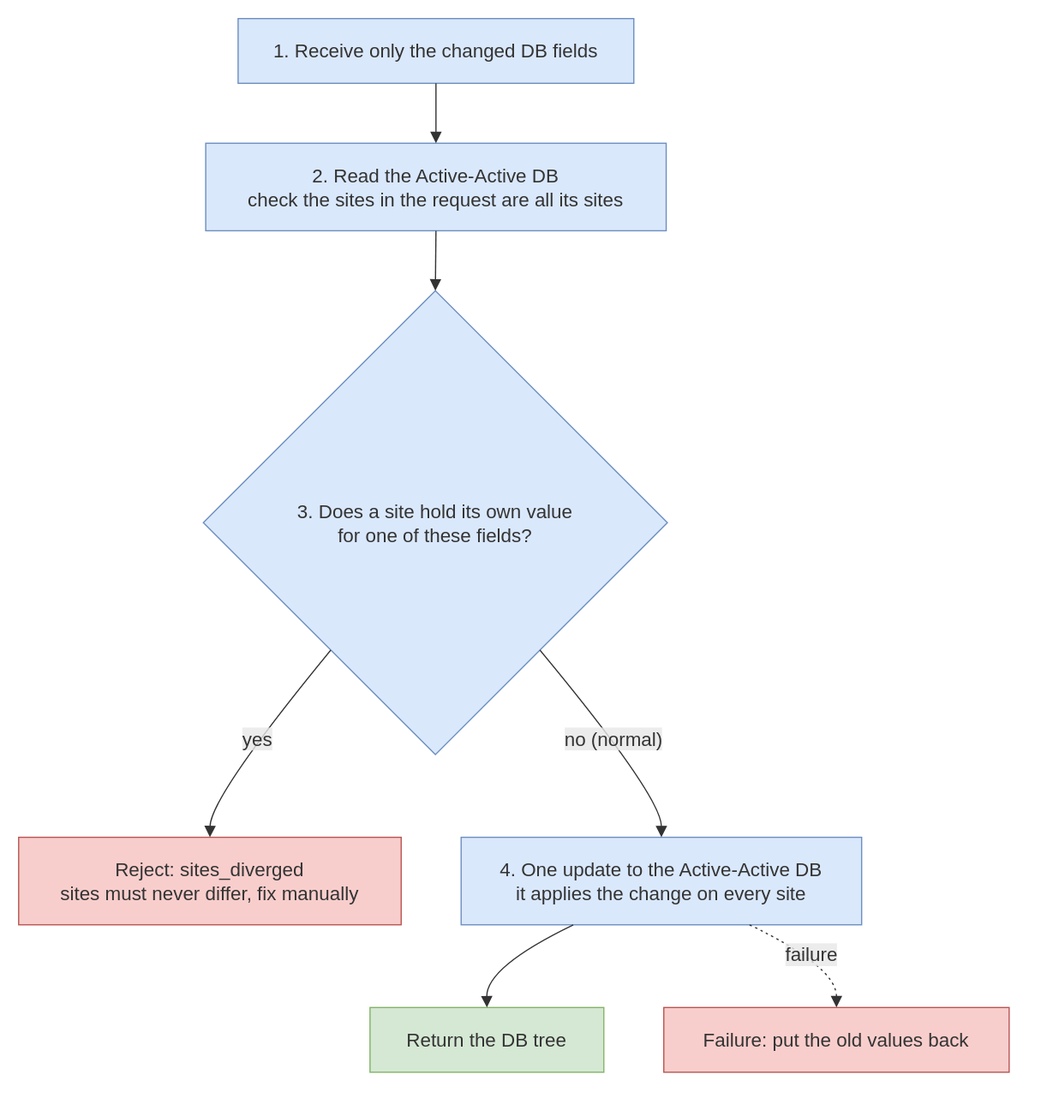
Above: docs/dr/diagrams/23-simple-edit-aa.drawio.svg in EliShteinman/redis-enterprise-services (draw.io), before the change. Source tidied: cells renumbered, new cells last; positions are measured from the earlier drawing's top-left corner, leaving out a move shared by most shapes. The source it was exported from:
```xml
<mxGraphModel>
  <root>
    <mxCell id="0" />
    <mxCell id="1" parent="0" />
    <mxCell id="2" value="1. Receive only the changed DB fields" style="html=1;whiteSpace=wrap;strokeWidth=1;fillColor=#dae8fc;strokeColor=#6c8ebf;fontColor=light-dark(#333333,#cccccc);fontFamily=Trebuchet MS,Verdana,Arial,sans-serif;fontSize=16;" parent="1" vertex="1">
      <mxGeometry x="183" width="330" height="54" as="geometry" />
    </mxCell>
    <mxCell id="3" value="2. Read the Active-Active DB&#10;check the sites in the request are all its sites" style="html=1;whiteSpace=wrap;strokeWidth=1;fillColor=#dae8fc;strokeColor=#6c8ebf;fontColor=light-dark(#333333,#cccccc);fontFamily=Trebuchet MS,Verdana,Arial,sans-serif;fontSize=16;" parent="1" vertex="1">
      <mxGeometry x="156" y="104" width="384" height="73" as="geometry" />
    </mxCell>
    <mxCell id="4" value="3. Does a site hold its own value&#10;for one of these fields?" style="rhombus;html=1;strokeWidth=1;whiteSpace=wrap;fillColor=#dae8fc;strokeColor=#6c8ebf;fontColor=light-dark(#333333,#cccccc);fontFamily=Trebuchet MS,Verdana,Arial,sans-serif;fontSize=16;" parent="1" vertex="1">
      <mxGeometry x="154" y="227" width="387" height="387" as="geometry" />
    </mxCell>
    <mxCell id="5" value="Reject: sites_diverged&#10;sites must never differ, fix manually" style="html=1;whiteSpace=wrap;strokeWidth=1;fillColor=#f8cecc;strokeColor=#b85450;fontColor=light-dark(#333333,#cccccc);fontFamily=Trebuchet MS,Verdana,Arial,sans-serif;fontSize=16;" parent="1" vertex="1">
      <mxGeometry y="683" width="319" height="73" as="geometry" />
    </mxCell>
    <mxCell id="6" value="4. One update to the Active-Active DB&#10;it applies the change on every site" style="html=1;whiteSpace=wrap;strokeWidth=1;fillColor=#dae8fc;strokeColor=#6c8ebf;fontColor=light-dark(#333333,#cccccc);fontFamily=Trebuchet MS,Verdana,Arial,sans-serif;fontSize=16;" parent="1" vertex="1">
      <mxGeometry x="369" y="683" width="334" height="73" as="geometry" />
    </mxCell>
    <mxCell id="7" value="Return the DB tree" style="html=1;whiteSpace=wrap;strokeWidth=1;fillColor=#d5e8d4;strokeColor=#82b366;fontColor=light-dark(#333333,#cccccc);fontFamily=Trebuchet MS,Verdana,Arial,sans-serif;fontSize=16;" parent="1" vertex="1">
      <mxGeometry x="293" y="825" width="195" height="54" as="geometry" />
    </mxCell>
    <mxCell id="8" value="Failure: put the old values back" style="html=1;whiteSpace=wrap;strokeWidth=1;fillColor=#f8cecc;strokeColor=#b85450;fontColor=light-dark(#333333,#cccccc);fontFamily=Trebuchet MS,Verdana,Arial,sans-serif;fontSize=16;" parent="1" vertex="1">
      <mxGeometry x="538" y="825" width="288" height="54" as="geometry" />
    </mxCell>
    <mxCell id="9" style="curved=1;startArrow=none;endArrow=block;endSize=7;strokeColor=light-dark(#333333,#cccccc);exitX=0.5;exitY=1;entryX=0.5;entryY=0;" parent="1" edge="1" source="2" target="3">
      <mxGeometry relative="1" as="geometry" />
    </mxCell>
    <mxCell id="10" style="curved=1;startArrow=none;endArrow=block;endSize=7;strokeColor=light-dark(#333333,#cccccc);exitX=0.5;exitY=1;entryX=0.5;entryY=0;" parent="1" edge="1" source="3" target="4">
      <mxGeometry relative="1" as="geometry" />
    </mxCell>
    <mxCell id="11" value="yes" style="curved=1;startArrow=none;endArrow=block;endSize=7;strokeColor=light-dark(#333333,#cccccc);html=1;fontSize=16;labelBackgroundColor=light-dark(#E8E8E88D,#2a2a2a8D);fontFamily=Trebuchet MS,Verdana,Arial,sans-serif;fontColor=light-dark(#333333,#cccccc);exitX=0.09;exitY=1;entryX=0.5;entryY=0;" parent="1" edge="1" source="4" target="5">
      <mxGeometry relative="1" as="geometry">
        <Array as="points">
          <mxPoint x="160" y="649" />
        </Array>
      </mxGeometry>
    </mxCell>
    <mxCell id="12" value="no (normal)" style="curved=1;startArrow=none;endArrow=block;endSize=7;strokeColor=light-dark(#333333,#cccccc);html=1;fontSize=16;labelBackgroundColor=light-dark(#E8E8E88D,#2a2a2a8D);fontFamily=Trebuchet MS,Verdana,Arial,sans-serif;fontColor=light-dark(#333333,#cccccc);exitX=0.91;exitY=1;entryX=0.5;entryY=0;" parent="1" edge="1" source="4" target="6">
      <mxGeometry relative="1" as="geometry">
        <Array as="points">
          <mxPoint x="536" y="649" />
        </Array>
      </mxGeometry>
    </mxCell>
    <mxCell id="13" style="curved=1;startArrow=none;endArrow=block;endSize=7;strokeColor=light-dark(#333333,#cccccc);exitX=0.28;exitY=1;entryX=0.5;entryY=0;" parent="1" edge="1" source="6" target="7">
      <mxGeometry relative="1" as="geometry">
        <Array as="points">
          <mxPoint x="390" y="791" />
        </Array>
      </mxGeometry>
    </mxCell>
    <mxCell id="14" value="failure" style="curved=1;dashed=1;dashPattern=2 3;fixDash=1;startArrow=none;endArrow=block;endSize=7;strokeColor=light-dark(#333333,#cccccc);html=1;fontSize=16;labelBackgroundColor=light-dark(#E8E8E88D,#2a2a2a8D);fontFamily=Trebuchet MS,Verdana,Arial,sans-serif;fontColor=light-dark(#333333,#cccccc);exitX=0.72;exitY=1;entryX=0.5;entryY=0;" parent="1" edge="1" source="6" target="8">
      <mxGeometry relative="1" as="geometry">
        <Array as="points">
          <mxPoint x="682" y="791" />
        </Array>
      </mxGeometry>
    </mxCell>
  </root>
</mxGraphModel>
```
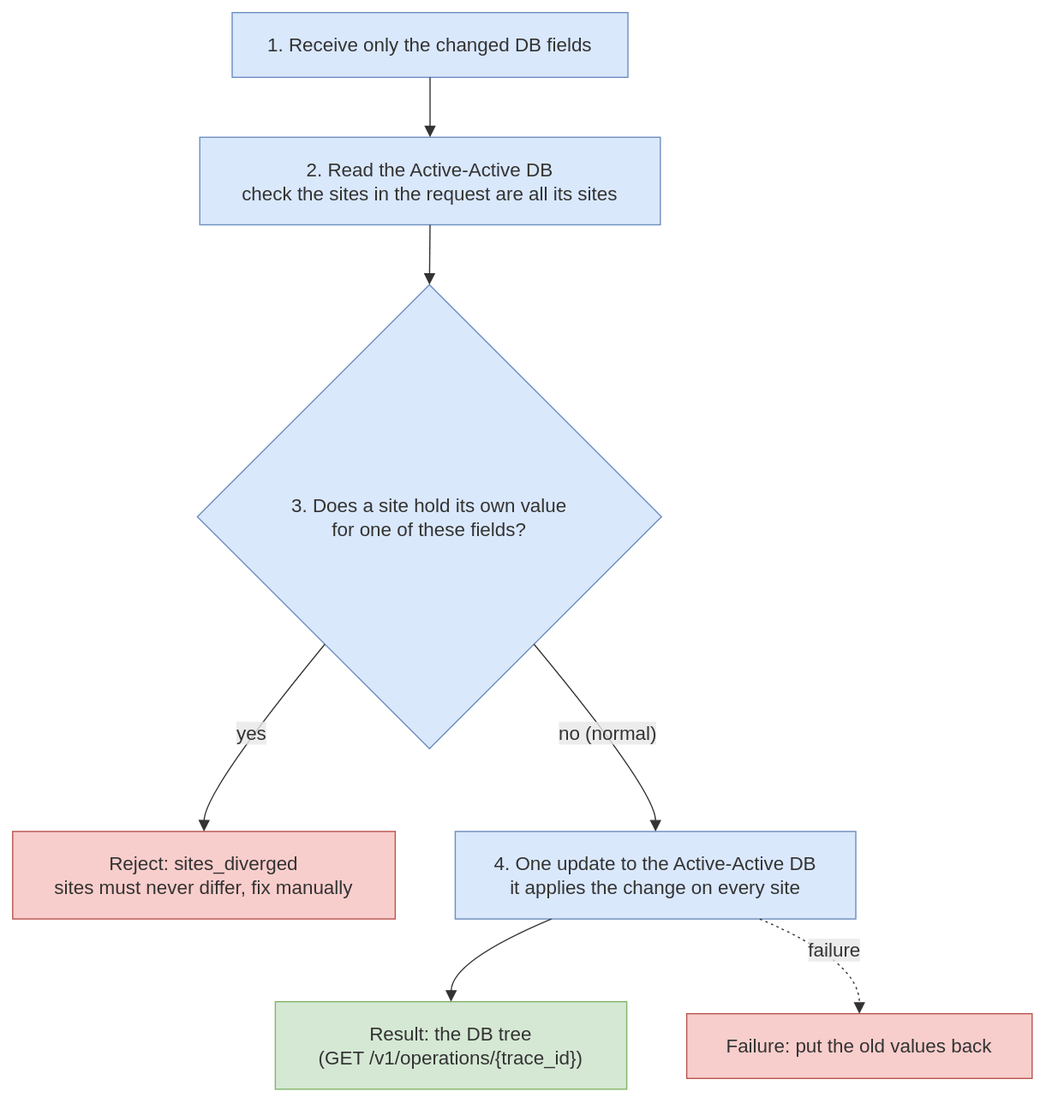
Above is the later version.

Commit message:
docs: asynchronous API, commands answer 202 and the result comes from the status query

Diff of the diagram source:
```diff
@@ -17,11 +17,11 @@
     <mxCell id="6" value="4. One update to the Active-Active DB&#10;it applies the change on every site" style="html=1;whiteSpace=wrap;strokeWidth=1;fillColor=#dae8fc;strokeColor=#6c8ebf;fontColor=light-dark(#333333,#cccccc);fontFamily=Trebuchet MS,Verdana,Arial,sans-serif;fontSize=16;" parent="1" vertex="1">
       <mxGeometry x="369" y="683" width="334" height="73" as="geometry" />
     </mxCell>
-    <mxCell id="7" value="Return the DB tree" style="html=1;whiteSpace=wrap;strokeWidth=1;fillColor=#d5e8d4;strokeColor=#82b366;fontColor=light-dark(#333333,#cccccc);fontFamily=Trebuchet MS,Verdana,Arial,sans-serif;fontSize=16;" parent="1" vertex="1">
-      <mxGeometry x="293" y="825" width="195" height="54" as="geometry" />
+    <mxCell id="7" value="Result: the DB tree&#10;(GET /v1/operations/{trace_id})" style="html=1;whiteSpace=wrap;strokeWidth=1;fillColor=#d5e8d4;strokeColor=#82b366;fontColor=light-dark(#333333,#cccccc);fontFamily=Trebuchet MS,Verdana,Arial,sans-serif;fontSize=16;" parent="1" vertex="1">
+      <mxGeometry x="219" y="825" width="293" height="73" as="geometry" />
     </mxCell>
     <mxCell id="8" value="Failure: put the old values back" style="html=1;whiteSpace=wrap;strokeWidth=1;fillColor=#f8cecc;strokeColor=#b85450;fontColor=light-dark(#333333,#cccccc);fontFamily=Trebuchet MS,Verdana,Arial,sans-serif;fontSize=16;" parent="1" vertex="1">
-      <mxGeometry x="538" y="825" width="288" height="54" as="geometry" />
+      <mxGeometry x="562" y="835" width="288" height="54" as="geometry" />
     </mxCell>
     <mxCell id="9" style="curved=1;startArrow=none;endArrow=block;endSize=7;strokeColor=light-dark(#333333,#cccccc);exitX=0.5;exitY=1;entryX=0.5;entryY=0;" parent="1" edge="1" source="2" target="3">
       <mxGeometry relative="1" as="geometry" />
@@ -43,17 +43,17 @@
         </Array>
       </mxGeometry>
     </mxCell>
-    <mxCell id="13" style="curved=1;startArrow=none;endArrow=block;endSize=7;strokeColor=light-dark(#333333,#cccccc);exitX=0.28;exitY=1;entryX=0.5;entryY=0;" parent="1" edge="1" source="6" target="7">
+    <mxCell id="13" style="curved=1;startArrow=none;endArrow=block;endSize=7;strokeColor=light-dark(#333333,#cccccc);exitX=0.24;exitY=1;entryX=0.5;entryY=0;" parent="1" edge="1" source="6" target="7">
       <mxGeometry relative="1" as="geometry">
         <Array as="points">
-          <mxPoint x="390" y="791" />
+          <mxPoint x="366" y="791" />
         </Array>
       </mxGeometry>
     </mxCell>
-    <mxCell id="14" value="failure" style="curved=1;dashed=1;dashPattern=2 3;fixDash=1;startArrow=none;endArrow=block;endSize=7;strokeColor=light-dark(#333333,#cccccc);html=1;fontSize=16;labelBackgroundColor=light-dark(#E8E8E88D,#2a2a2a8D);fontFamily=Trebuchet MS,Verdana,Arial,sans-serif;fontColor=light-dark(#333333,#cccccc);exitX=0.72;exitY=1;entryX=0.5;entryY=0;" parent="1" edge="1" source="6" target="8">
+    <mxCell id="14" value="failure" style="curved=1;dashed=1;dashPattern=2 3;fixDash=1;startArrow=none;endArrow=block;endSize=7;strokeColor=light-dark(#333333,#cccccc);html=1;fontSize=16;labelBackgroundColor=light-dark(#E8E8E88D,#2a2a2a8D);fontFamily=Trebuchet MS,Verdana,Arial,sans-serif;fontColor=light-dark(#333333,#cccccc);exitX=0.76;exitY=1;entryX=0.5;entryY=0;" parent="1" edge="1" source="6" target="8">
       <mxGeometry relative="1" as="geometry">
         <Array as="points">
-          <mxPoint x="682" y="791" />
+          <mxPoint x="706" y="791" />
         </Array>
       </mxGeometry>
     </mxCell>
```
